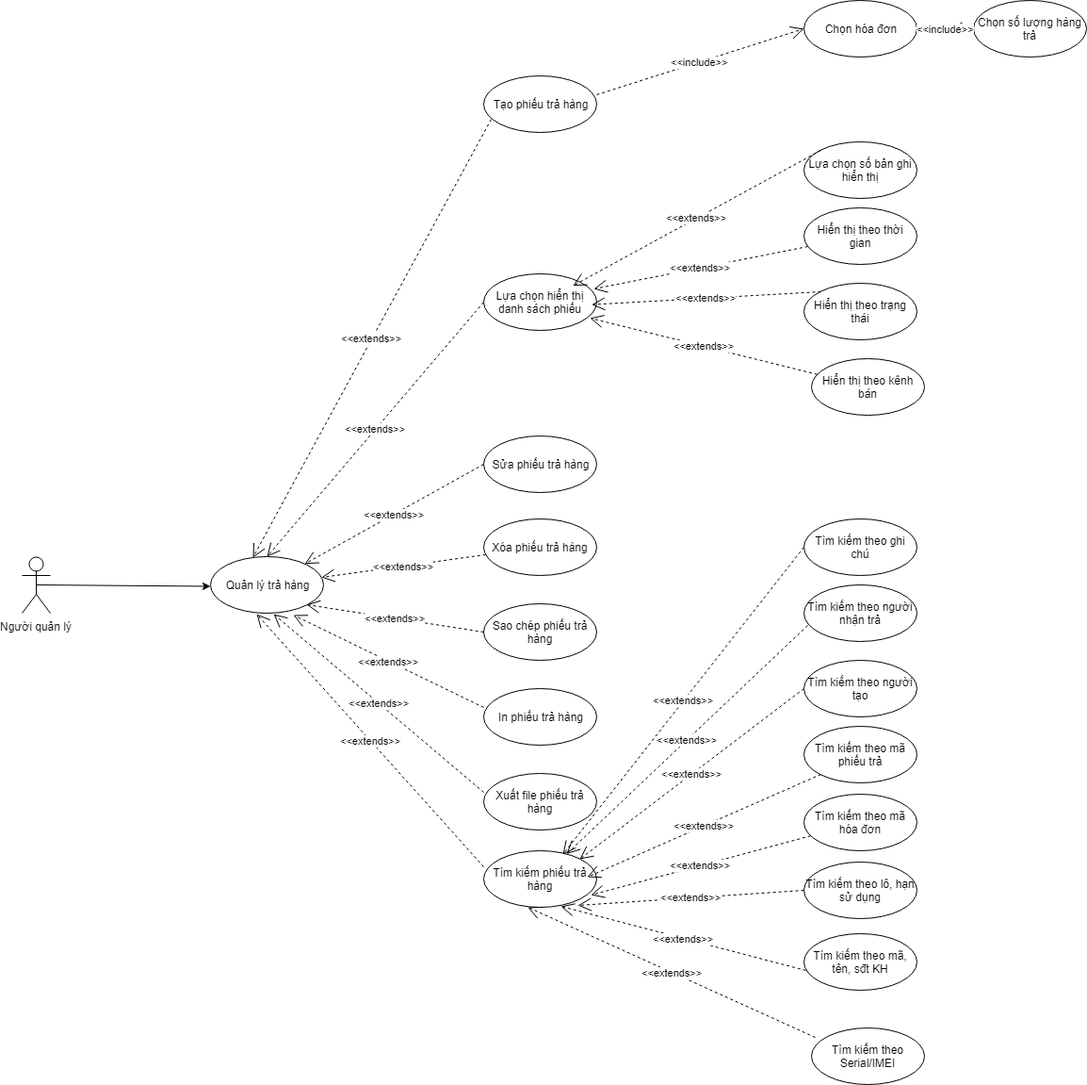
Linkadi98/Software-Requirement-Analystic keeps this draw.io diagram as UC diagrams/UC quản lý trả hàng.png. Above is the earlier version. Source tidied: cells renumbered, new cells last; positions are measured from the earlier drawing's top-left corner, leaving out a move shared by most shapes. Its diagram source:
```xml
<mxGraphModel>
  <root>
    <mxCell id="0" />
    <mxCell id="1" parent="0" />
    <mxCell id="2" value="Người quản lý&lt;br&gt;" style="shape=umlActor;verticalLabelPosition=bottom;labelBackgroundColor=#ffffff;verticalAlign=top;html=1;outlineConnect=0;" parent="1" vertex="1">
      <mxGeometry y="590" width="30" height="60" as="geometry" />
    </mxCell>
    <mxCell id="3" style="endArrow=classic;html=1;exitX=0.5;exitY=0.5;exitDx=0;exitDy=0;exitPerimeter=0;" parent="1" edge="1" source="2">
      <mxGeometry relative="1" as="geometry">
        <mxPoint x="200" y="621.5" as="targetPoint" />
      </mxGeometry>
    </mxCell>
    <mxCell id="4" value="Quản lý trả hàng&lt;br&gt;" style="ellipse;whiteSpace=wrap;html=1;" parent="1" vertex="1">
      <mxGeometry x="200" y="590" width="120" height="60" as="geometry" />
    </mxCell>
    <mxCell id="5" value="Sửa phiếu trả hàng" style="ellipse;whiteSpace=wrap;html=1;" parent="1" vertex="1">
      <mxGeometry x="490" y="462" width="120" height="60" as="geometry" />
    </mxCell>
    <mxCell id="6" value="Xóa phiếu trả hàng" style="ellipse;whiteSpace=wrap;html=1;" parent="1" vertex="1">
      <mxGeometry x="490" y="550" width="120" height="60" as="geometry" />
    </mxCell>
    <mxCell id="7" value="&amp;lt;&amp;lt;extends&amp;gt;&amp;gt;&lt;br&gt;" style="endArrow=open;endSize=12;dashed=1;html=1;exitX=0;exitY=0.5;exitDx=0;exitDy=0;" parent="1" edge="1" source="5" target="4">
      <mxGeometry relative="1" as="geometry" />
    </mxCell>
    <mxCell id="8" value="&amp;lt;&amp;lt;extends&amp;gt;&amp;gt;&lt;br&gt;" style="endArrow=open;endSize=12;dashed=1;html=1;" parent="1" edge="1" source="6" target="4">
      <mxGeometry relative="1" as="geometry" />
    </mxCell>
    <mxCell id="9" value="Sao chép phiếu trả hàng" style="ellipse;whiteSpace=wrap;html=1;" parent="1" vertex="1">
      <mxGeometry x="490" y="640" width="120" height="60" as="geometry" />
    </mxCell>
    <mxCell id="10" value="&amp;lt;&amp;lt;extends&amp;gt;&amp;gt;&lt;br&gt;" style="endArrow=open;endSize=12;dashed=1;html=1;exitX=0;exitY=0.5;exitDx=0;exitDy=0;entryX=1;entryY=1;entryDx=0;entryDy=0;" parent="1" edge="1" source="9" target="4">
      <mxGeometry relative="1" as="geometry" />
    </mxCell>
    <mxCell id="11" value="In phiếu trả hàng" style="ellipse;whiteSpace=wrap;html=1;" parent="1" vertex="1">
      <mxGeometry x="490" y="730" width="120" height="60" as="geometry" />
    </mxCell>
    <mxCell id="12" value="Xuất file phiếu trả hàng" style="ellipse;whiteSpace=wrap;html=1;" parent="1" vertex="1">
      <mxGeometry x="490" y="820" width="120" height="60" as="geometry" />
    </mxCell>
    <mxCell id="13" value="&amp;lt;&amp;lt;extends&amp;gt;&amp;gt;&lt;br&gt;" style="endArrow=open;endSize=12;dashed=1;html=1;exitX=0;exitY=0.333;exitDx=0;exitDy=0;entryX=0.733;entryY=1.033;entryDx=0;entryDy=0;exitPerimeter=0;entryPerimeter=0;" parent="1" edge="1" source="11" target="4">
      <mxGeometry relative="1" as="geometry" />
    </mxCell>
    <mxCell id="14" value="&amp;lt;&amp;lt;extends&amp;gt;&amp;gt;&lt;br&gt;" style="endArrow=open;endSize=12;dashed=1;html=1;exitX=0;exitY=0.333;exitDx=0;exitDy=0;entryX=0.558;entryY=1.017;entryDx=0;entryDy=0;exitPerimeter=0;entryPerimeter=0;" parent="1" edge="1" source="12" target="4">
      <mxGeometry relative="1" as="geometry" />
    </mxCell>
    <mxCell id="15" value="Tạo phiếu trả hàng" style="ellipse;whiteSpace=wrap;html=1;" parent="1" vertex="1">
      <mxGeometry x="490" y="80" width="120" height="60" as="geometry" />
    </mxCell>
    <mxCell id="16" value="&amp;lt;&amp;lt;extends&amp;gt;&amp;gt;&lt;br&gt;" style="endArrow=open;endSize=12;dashed=1;html=1;entryX=0.375;entryY=0.016;entryDx=0;entryDy=0;entryPerimeter=0;exitX=0.067;exitY=0.767;exitDx=0;exitDy=0;exitPerimeter=0;" parent="1" edge="1" source="15" target="4">
      <mxGeometry relative="1" as="geometry" />
    </mxCell>
    <mxCell id="17" value="Tìm kiếm phiếu trả hàng" style="ellipse;whiteSpace=wrap;html=1;" parent="1" vertex="1">
      <mxGeometry x="490" y="902" width="120" height="60" as="geometry" />
    </mxCell>
    <mxCell id="18" value="&amp;lt;&amp;lt;extends&amp;gt;&amp;gt;&lt;br&gt;" style="endArrow=open;endSize=12;dashed=1;html=1;exitX=0;exitY=0.283;exitDx=0;exitDy=0;entryX=0.408;entryY=1.017;entryDx=0;entryDy=0;exitPerimeter=0;entryPerimeter=0;" parent="1" edge="1" source="17" target="4">
      <mxGeometry relative="1" as="geometry" />
    </mxCell>
    <mxCell id="19" value="Tìm kiếm theo mã phiếu trả" style="ellipse;whiteSpace=wrap;html=1;" parent="1" vertex="1">
      <mxGeometry x="830" y="770" width="120" height="60" as="geometry" />
    </mxCell>
    <mxCell id="20" value="Tìm kiếm theo mã hóa đơn" style="ellipse;whiteSpace=wrap;html=1;" parent="1" vertex="1">
      <mxGeometry x="830" y="842" width="120" height="60" as="geometry" />
    </mxCell>
    <mxCell id="21" value="Tìm kiếm theo lô, hạn sử dụng" style="ellipse;whiteSpace=wrap;html=1;" parent="1" vertex="1">
      <mxGeometry x="830" y="914" width="120" height="60" as="geometry" />
    </mxCell>
    <mxCell id="22" value="&amp;lt;&amp;lt;extends&amp;gt;&amp;gt;&lt;br&gt;" style="endArrow=open;endSize=12;dashed=1;html=1;exitX=0;exitY=1;exitDx=0;exitDy=0;" parent="1" edge="1" source="19">
      <mxGeometry relative="1" as="geometry">
        <mxPoint x="600" y="930" as="targetPoint" />
      </mxGeometry>
    </mxCell>
    <mxCell id="23" value="&amp;lt;&amp;lt;extends&amp;gt;&amp;gt;&lt;br&gt;" style="endArrow=open;endSize=12;dashed=1;html=1;entryX=0.95;entryY=0.783;entryDx=0;entryDy=0;entryPerimeter=0;" parent="1" edge="1" source="20" target="17">
      <mxGeometry relative="1" as="geometry" />
    </mxCell>
    <mxCell id="24" value="&amp;lt;&amp;lt;extends&amp;gt;&amp;gt;&lt;br&gt;" style="endArrow=open;endSize=12;dashed=1;html=1;exitX=0;exitY=0.5;exitDx=0;exitDy=0;entryX=0.833;entryY=0.967;entryDx=0;entryDy=0;entryPerimeter=0;" parent="1" edge="1" source="21" target="17">
      <mxGeometry relative="1" as="geometry" />
    </mxCell>
    <mxCell id="25" value="Tìm kiếm theo mã, tên, sđt KH" style="ellipse;whiteSpace=wrap;html=1;" parent="1" vertex="1">
      <mxGeometry x="830" y="990" width="120" height="60" as="geometry" />
    </mxCell>
    <mxCell id="26" value="Tìm kiếm theo người tạo" style="ellipse;whiteSpace=wrap;html=1;" parent="1" vertex="1">
      <mxGeometry x="830" y="700" width="120" height="60" as="geometry" />
    </mxCell>
    <mxCell id="27" value="Tìm kiếm theo người nhận trả" style="ellipse;whiteSpace=wrap;html=1;" parent="1" vertex="1">
      <mxGeometry x="830" y="620" width="120" height="60" as="geometry" />
    </mxCell>
    <mxCell id="28" value="Tìm kiếm theo ghi chú" style="ellipse;whiteSpace=wrap;html=1;" parent="1" vertex="1">
      <mxGeometry x="830" y="550" width="120" height="60" as="geometry" />
    </mxCell>
    <mxCell id="29" value="&amp;lt;&amp;lt;extends&amp;gt;&amp;gt;&lt;br&gt;" style="endArrow=open;endSize=12;dashed=1;html=1;exitX=0;exitY=0.5;exitDx=0;exitDy=0;entryX=1;entryY=0;entryDx=0;entryDy=0;" parent="1" edge="1" source="26" target="17">
      <mxGeometry relative="1" as="geometry" />
    </mxCell>
    <mxCell id="30" value="&amp;lt;&amp;lt;extends&amp;gt;&amp;gt;&lt;br&gt;" style="endArrow=open;endSize=12;dashed=1;html=1;exitX=0.033;exitY=0.717;exitDx=0;exitDy=0;exitPerimeter=0;" parent="1" edge="1" source="27" target="17">
      <mxGeometry relative="1" as="geometry" />
    </mxCell>
    <mxCell id="31" value="&amp;lt;&amp;lt;extends&amp;gt;&amp;gt;&lt;br&gt;" style="endArrow=open;endSize=12;dashed=1;html=1;exitX=0;exitY=0.5;exitDx=0;exitDy=0;entryX=0.7;entryY=0.067;entryDx=0;entryDy=0;entryPerimeter=0;" parent="1" edge="1" source="28" target="17">
      <mxGeometry relative="1" as="geometry" />
    </mxCell>
    <mxCell id="32" value="&amp;lt;&amp;lt;extends&amp;gt;&amp;gt;&lt;br&gt;" style="endArrow=open;endSize=12;dashed=1;html=1;exitX=0.017;exitY=0.65;exitDx=0;exitDy=0;entryX=0.683;entryY=0.983;entryDx=0;entryDy=0;entryPerimeter=0;exitPerimeter=0;" parent="1" edge="1" source="25" target="17">
      <mxGeometry relative="1" as="geometry" />
    </mxCell>
    <mxCell id="33" value="Lựa chọn hiển thị danh sách phiếu" style="ellipse;whiteSpace=wrap;html=1;" parent="1" vertex="1">
      <mxGeometry x="490" y="290" width="120" height="60" as="geometry" />
    </mxCell>
    <mxCell id="34" value="Lựa chọn số bản ghi hiển thị" style="ellipse;whiteSpace=wrap;html=1;" parent="1" vertex="1">
      <mxGeometry x="830" y="150" width="120" height="60" as="geometry" />
    </mxCell>
    <mxCell id="35" value="Hiển thị theo thời gian" style="ellipse;whiteSpace=wrap;html=1;" parent="1" vertex="1">
      <mxGeometry x="830" y="220" width="120" height="60" as="geometry" />
    </mxCell>
    <mxCell id="36" value="Hiển thị theo trạng thái" style="ellipse;whiteSpace=wrap;html=1;" parent="1" vertex="1">
      <mxGeometry x="830" y="300" width="120" height="60" as="geometry" />
    </mxCell>
    <mxCell id="37" value="&amp;lt;&amp;lt;extends&amp;gt;&amp;gt;&lt;br&gt;" style="endArrow=open;endSize=12;dashed=1;html=1;entryX=0.5;entryY=0;entryDx=0;entryDy=0;exitX=0;exitY=0.5;exitDx=0;exitDy=0;" parent="1" edge="1" source="33" target="4">
      <mxGeometry relative="1" as="geometry" />
    </mxCell>
    <mxCell id="38" value="&amp;lt;&amp;lt;extends&amp;gt;&amp;gt;&lt;br&gt;" style="endArrow=open;endSize=12;dashed=1;html=1;exitX=0;exitY=0;exitDx=0;exitDy=0;" parent="1" edge="1" source="34">
      <mxGeometry relative="1" as="geometry">
        <mxPoint x="584.7" y="302.7" as="targetPoint" />
      </mxGeometry>
    </mxCell>
    <mxCell id="39" value="&amp;lt;&amp;lt;extends&amp;gt;&amp;gt;&lt;br&gt;" style="endArrow=open;endSize=12;dashed=1;html=1;entryX=0.975;entryY=0.267;entryDx=0;entryDy=0;entryPerimeter=0;" parent="1" edge="1" source="35" target="33">
      <mxGeometry relative="1" as="geometry" />
    </mxCell>
    <mxCell id="40" value="&amp;lt;&amp;lt;extends&amp;gt;&amp;gt;&lt;br&gt;" style="endArrow=open;endSize=12;dashed=1;html=1;exitX=0;exitY=0;exitDx=0;exitDy=0;" parent="1" edge="1" source="36">
      <mxGeometry relative="1" as="geometry">
        <mxPoint x="604.7" y="322.7" as="targetPoint" />
      </mxGeometry>
    </mxCell>
    <mxCell id="41" value="Chọn hóa đơn&lt;br&gt;" style="ellipse;whiteSpace=wrap;html=1;" parent="1" vertex="1">
      <mxGeometry x="830" width="120" height="60" as="geometry" />
    </mxCell>
    <mxCell id="42" value="&amp;lt;&amp;lt;include&amp;gt;&amp;gt;&lt;br&gt;" style="endArrow=open;endSize=12;dashed=1;html=1;entryX=0;entryY=0.5;entryDx=0;entryDy=0;" parent="1" edge="1" target="41">
      <mxGeometry relative="1" as="geometry">
        <mxPoint x="610" y="100" as="sourcePoint" />
      </mxGeometry>
    </mxCell>
    <mxCell id="43" value="Chọn số lượng hàng trả&lt;br&gt;" style="ellipse;whiteSpace=wrap;html=1;" parent="1" vertex="1">
      <mxGeometry x="1010" width="120" height="60" as="geometry" />
    </mxCell>
    <mxCell id="44" value="&amp;lt;&amp;lt;include&amp;gt;&amp;gt;&lt;br&gt;" style="endArrow=open;endSize=12;dashed=1;html=1;entryX=0;entryY=0.5;entryDx=0;entryDy=0;" parent="1" edge="1" source="41" target="43">
      <mxGeometry relative="1" as="geometry" />
    </mxCell>
    <mxCell id="45" value="Hiển thị theo kênh bán" style="ellipse;whiteSpace=wrap;html=1;" parent="1" vertex="1">
      <mxGeometry x="838" y="380" width="120" height="60" as="geometry" />
    </mxCell>
    <mxCell id="46" value="&amp;lt;&amp;lt;extends&amp;gt;&amp;gt;&lt;br&gt;" style="endArrow=open;endSize=12;dashed=1;html=1;entryX=0.942;entryY=0.783;entryDx=0;entryDy=0;entryPerimeter=0;" parent="1" edge="1" source="45" target="33">
      <mxGeometry relative="1" as="geometry" />
    </mxCell>
    <mxCell id="47" value="Tìm kiếm theo Serial/IMEI" style="ellipse;whiteSpace=wrap;html=1;" parent="1" vertex="1">
      <mxGeometry x="838" y="1090" width="120" height="60" as="geometry" />
    </mxCell>
    <mxCell id="48" value="&amp;lt;&amp;lt;extends&amp;gt;&amp;gt;&lt;br&gt;" style="endArrow=open;endSize=12;dashed=1;html=1;entryX=0.392;entryY=1;entryDx=0;entryDy=0;entryPerimeter=0;" parent="1" edge="1" target="17">
      <mxGeometry relative="1" as="geometry">
        <mxPoint x="842" y="1100" as="sourcePoint" />
      </mxGeometry>
    </mxCell>
  </root>
</mxGraphModel>
```
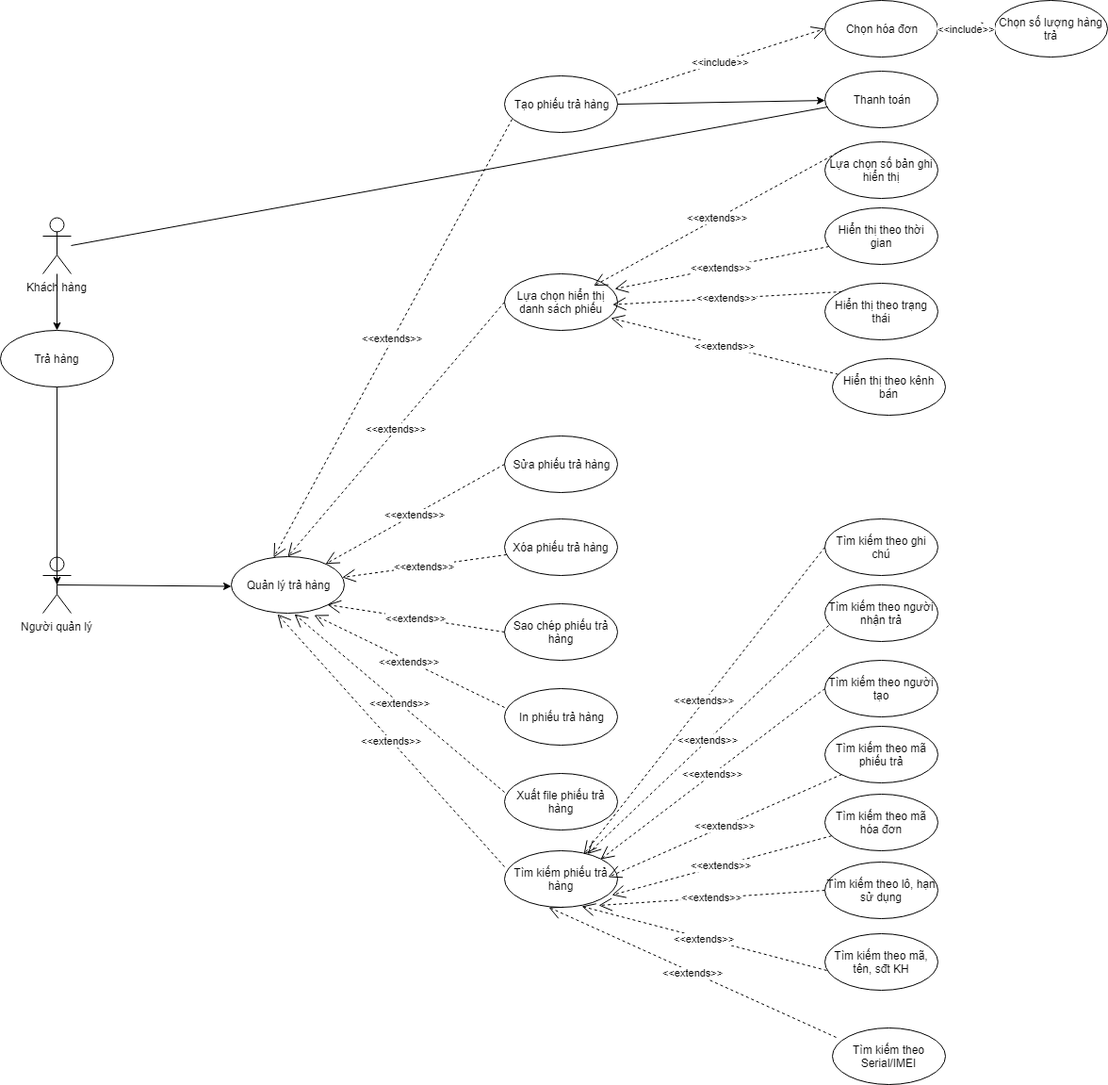
The same diagram one commit later.

What changed in the source:
```diff
@@ -155,5 +155,28 @@
         <mxPoint x="842" y="1100" as="sourcePoint" />
       </mxGeometry>
     </mxCell>
+    <mxCell id="49" value="Khách hàng&lt;br&gt;" style="shape=umlActor;verticalLabelPosition=bottom;labelBackgroundColor=#ffffff;verticalAlign=top;html=1;outlineConnect=0;" parent="1" vertex="1">
+      <mxGeometry y="230" width="30" height="60" as="geometry" />
+    </mxCell>
+    <mxCell id="50" value="Trả hàng" style="ellipse;whiteSpace=wrap;html=1;" parent="1" vertex="1">
+      <mxGeometry x="-45" y="350" width="120" height="60" as="geometry" />
+    </mxCell>
+    <mxCell id="51" style="endArrow=classic;html=1;entryX=0.5;entryY=0;entryDx=0;entryDy=0;" parent="1" edge="1" source="49" target="50">
+      <mxGeometry relative="1" as="geometry" />
+    </mxCell>
+    <mxCell id="52" style="endArrow=classic;html=1;entryX=0.5;entryY=0.5;entryDx=0;entryDy=0;entryPerimeter=0;exitX=0.5;exitY=1;exitDx=0;exitDy=0;" parent="1" edge="1" source="50" target="2">
+      <mxGeometry relative="1" as="geometry" />
+    </mxCell>
+    <mxCell id="53" value="Thanh toán" style="ellipse;whiteSpace=wrap;html=1;" parent="1" vertex="1">
+      <mxGeometry x="830" y="75" width="120" height="60" as="geometry" />
+    </mxCell>
+    <mxCell id="54" style="endArrow=classic;html=1;exitX=1;exitY=0.5;exitDx=0;exitDy=0;" parent="1" edge="1" source="15" target="53">
+      <mxGeometry relative="1" as="geometry" />
+    </mxCell>
+    <mxCell id="55" style="endArrow=none;html=1;entryX=0.025;entryY=0.633;entryDx=0;entryDy=0;entryPerimeter=0;" parent="1" edge="1" target="53">
+      <mxGeometry relative="1" as="geometry">
+        <mxPoint x="30" y="260" as="sourcePoint" />
+      </mxGeometry>
+    </mxCell>
   </root>
 </mxGraphModel>
```
